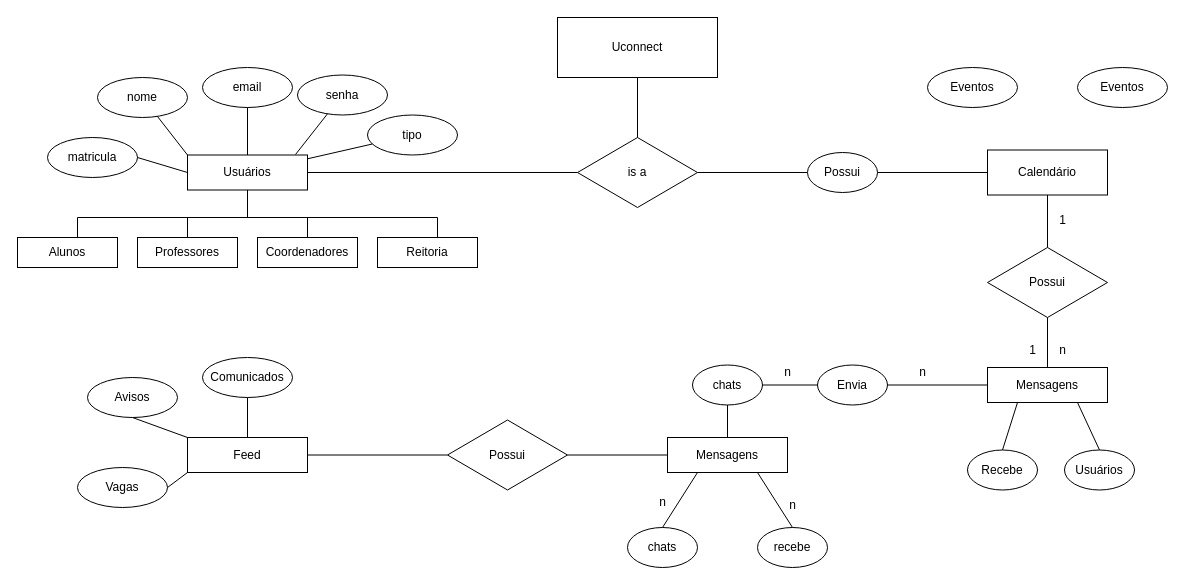
Onalucrehr/DERUconnect keeps this draw.io diagram as DERUconnect.drawio. Above is the earlier version. Source tidied: cells renumbered, new cells numbered last; positions are measured from the earlier drawing's top-left corner, leaving out a move shared by most shapes. Both pictures are drawn from the tidied source at 100%, with x=0, y=0 at pixel (17, 17).
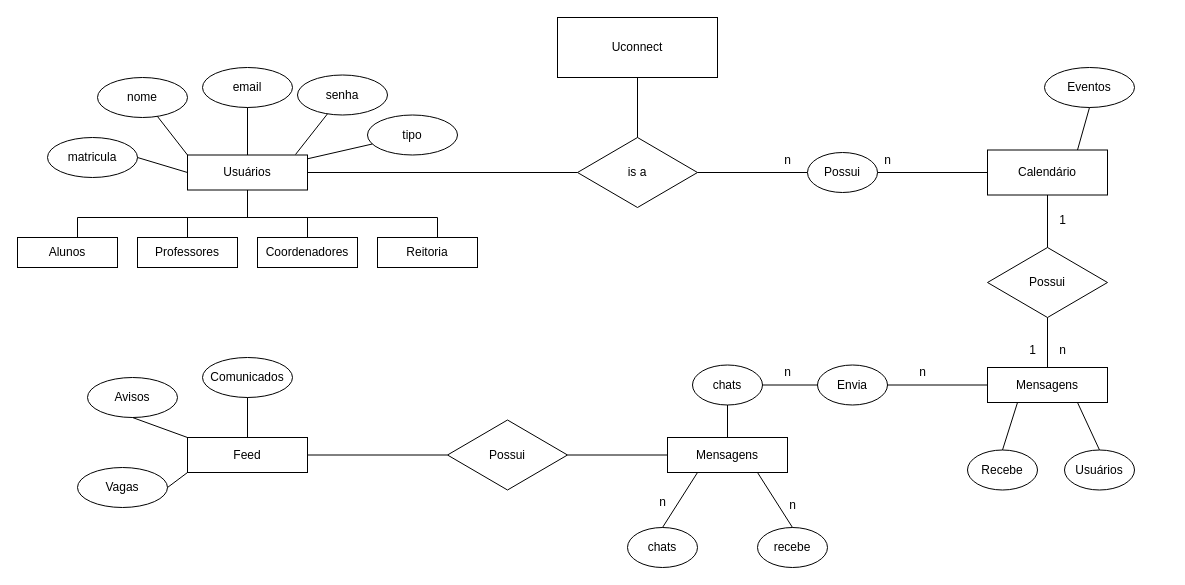
Above is the later version.

The change refers to these unchanged cells:
```xml
<mxCell id="29" value="Calendário" style="rounded=0;whiteSpace=wrap;html=1;" parent="1" vertex="1">
  <mxGeometry x="970" y="132.5" width="120" height="45" as="geometry" />
</mxCell>
```

What changed in the source:
```diff
@@
     <mxCell id="31" value="Eventos" style="ellipse;whiteSpace=wrap;html=1;" parent="1" vertex="1">
-      <mxGeometry x="1060" y="50" width="90" height="40" as="geometry" />
+      <mxGeometry x="1027" y="50" width="90" height="40" as="geometry" />
     </mxCell>
-    <mxCell id="32" value="Eventos" style="ellipse;whiteSpace=wrap;html=1;" parent="1" vertex="1">
-      <mxGeometry x="910" y="50" width="90" height="40" as="geometry" />
-    </mxCell>
@@
+    <mxCell id="69" style="endArrow=none;html=1;rounded=0;entryX=0.5;entryY=1;entryDx=0;entryDy=0;exitX=0.75;exitY=0;exitDx=0;exitDy=0;" parent="1" edge="1" source="29" target="31">
+      <mxGeometry relative="1" as="geometry" />
+    </mxCell>
+    <mxCell id="70" value="n" style="text;html=1;align=center;verticalAlign=middle;strokeColor=none;fillColor=none;" parent="1" vertex="1">
+      <mxGeometry x="855" y="128" width="30" height="30" as="geometry" />
+    </mxCell>
+    <mxCell id="71" value="n" style="text;html=1;align=center;verticalAlign=middle;strokeColor=none;fillColor=none;" parent="1" vertex="1">
+      <mxGeometry x="755" y="128" width="30" height="30" as="geometry" />
+    </mxCell>
```
